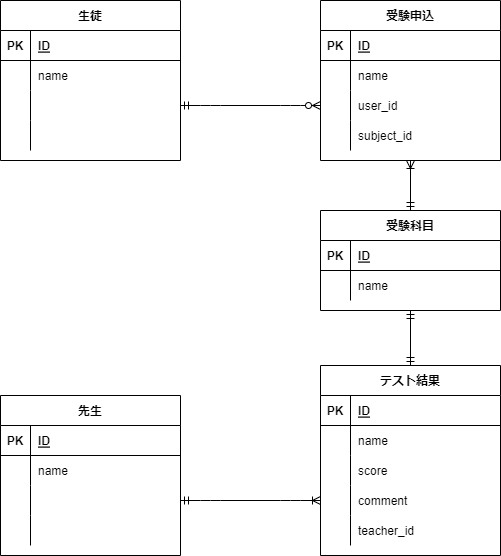
Earlier version of the draw.io export .drawio.png (kaoriii7/coachtech-ER). Source tidied: cells renumbered, new cells last; positions are measured from the earlier drawing's top-left corner, leaving out a move shared by most shapes.
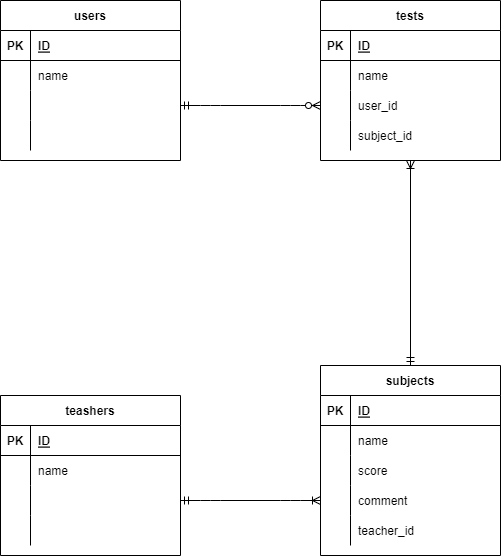
The same file after the commit.

What changed in the source:
```diff
@@ -2,7 +2,7 @@
   <root>
     <mxCell id="0" />
     <mxCell id="1" parent="0" />
-    <mxCell id="2" value="生徒" style="shape=table;startSize=30;rowLines=0;fontStyle=1;align=center;" parent="1" vertex="1">
+    <mxCell id="2" value="users" style="shape=table;startSize=30;rowLines=0;fontStyle=1;align=center;" parent="1" vertex="1">
       <mxGeometry width="180" height="160" as="geometry" />
     </mxCell>
     <mxCell id="3" style="shape=partialRectangle;fillColor=none;top=0;left=0;bottom=1;right=0;" parent="2" vertex="1">
@@ -41,7 +41,7 @@
     <mxCell id="14" style="shape=partialRectangle;fillColor=none;top=0;left=0;bottom=0;right=0;align=left;spacingLeft=6;overflow=hidden;" parent="12" vertex="1">
       <mxGeometry x="30" width="150" height="30" as="geometry" />
     </mxCell>
-    <mxCell id="15" value="テスト結果" style="shape=table;startSize=30;rowLines=0;fontStyle=1;align=center;" parent="1" vertex="1">
+    <mxCell id="15" value="subjects" style="shape=table;startSize=30;rowLines=0;fontStyle=1;align=center;" parent="1" vertex="1">
       <mxGeometry x="320" y="365" width="180" height="190" as="geometry" />
     </mxCell>
     <mxCell id="16" style="shape=partialRectangle;fillColor=none;top=0;left=0;bottom=1;right=0;" parent="15" vertex="1">
@@ -89,7 +89,7 @@
     <mxCell id="30" value="teacher_id" style="shape=partialRectangle;fillColor=none;top=0;left=0;bottom=0;right=0;align=left;spacingLeft=6;overflow=hidden;" parent="28" vertex="1">
       <mxGeometry x="30" width="150" height="30" as="geometry" />
     </mxCell>
-    <mxCell id="31" value="先生" style="shape=table;startSize=30;rowLines=0;fontStyle=1;align=center;" parent="1" vertex="1">
+    <mxCell id="31" value="teashers" style="shape=table;startSize=30;rowLines=0;fontStyle=1;align=center;" parent="1" vertex="1">
       <mxGeometry y="395" width="180" height="160" as="geometry" />
     </mxCell>
     <mxCell id="32" style="shape=partialRectangle;fillColor=none;top=0;left=0;bottom=1;right=0;" parent="31" vertex="1">
@@ -131,7 +131,7 @@
     <mxCell id="44" style="edgeStyle=entityRelationEdgeStyle;fontSize=12;html=1;endArrow=ERoneToMany;startArrow=ERmandOne;entryX=0;entryY=0.5;entryDx=0;entryDy=0;exitX=1;exitY=0.5;exitDx=0;exitDy=0;" parent="1" edge="1" source="38" target="25">
       <mxGeometry relative="1" as="geometry" />
     </mxCell>
-    <mxCell id="45" value="受験申込" style="shape=table;startSize=30;rowLines=0;fontStyle=1;align=center;" parent="1" vertex="1">
+    <mxCell id="45" value="tests" style="shape=table;startSize=30;rowLines=0;fontStyle=1;align=center;" parent="1" vertex="1">
       <mxGeometry x="320" width="180" height="160" as="geometry" />
     </mxCell>
     <mxCell id="46" style="shape=partialRectangle;fillColor=none;top=0;left=0;bottom=1;right=0;" parent="45" vertex="1">
@@ -173,32 +173,8 @@
     <mxCell id="58" style="edgeStyle=entityRelationEdgeStyle;fontSize=12;html=1;endArrow=ERzeroToMany;startArrow=ERmandOne;exitX=1;exitY=0.5;exitDx=0;exitDy=0;entryX=0;entryY=0.5;entryDx=0;entryDy=0;" parent="1" edge="1" source="9" target="52">
       <mxGeometry relative="1" as="geometry" />
     </mxCell>
-    <mxCell id="59" style="fontSize=12;html=1;endArrow=ERoneToMany;startArrow=ERmandOne;exitX=0.5;exitY=0;exitDx=0;exitDy=0;entryX=0.5;entryY=1;entryDx=0;entryDy=0;" parent="1" edge="1" source="60" target="45">
+    <mxCell id="59" style="fontSize=12;html=1;endArrow=ERoneToMany;startArrow=ERmandOne;exitX=0.5;exitY=0;exitDx=0;exitDy=0;entryX=0.5;entryY=1;entryDx=0;entryDy=0;" parent="1" edge="1" source="15" target="45">
       <mxGeometry relative="1" as="geometry" />
     </mxCell>
-    <mxCell id="60" value="受験科目" style="shape=table;startSize=30;rowLines=0;fontStyle=1;align=center;" parent="1" vertex="1">
-      <mxGeometry x="320" y="210" width="180" height="100" as="geometry" />
-    </mxCell>
-    <mxCell id="61" style="shape=partialRectangle;fillColor=none;top=0;left=0;bottom=1;right=0;" parent="60" vertex="1">
-      <mxGeometry y="30" width="180" height="30" as="geometry" />
-    </mxCell>
-    <mxCell id="62" value="PK" style="shape=partialRectangle;fillColor=none;top=0;left=0;bottom=0;right=0;fontStyle=1;overflow=hidden;" parent="61" vertex="1">
-      <mxGeometry width="30" height="30" as="geometry" />
-    </mxCell>
-    <mxCell id="63" value="ID" style="shape=partialRectangle;fillColor=none;top=0;left=0;bottom=0;right=0;align=left;spacingLeft=6;fontStyle=5;overflow=hidden;" parent="61" vertex="1">
-      <mxGeometry x="30" width="150" height="30" as="geometry" />
-    </mxCell>
-    <mxCell id="64" style="shape=partialRectangle;fillColor=none;top=0;left=0;bottom=0;right=0;" parent="60" vertex="1">
-      <mxGeometry y="60" width="180" height="30" as="geometry" />
-    </mxCell>
-    <mxCell id="65" style="shape=partialRectangle;fillColor=none;top=0;left=0;bottom=0;right=0;overflow=hidden;" parent="64" vertex="1">
-      <mxGeometry width="30" height="30" as="geometry" />
-    </mxCell>
-    <mxCell id="66" value="name" style="shape=partialRectangle;fillColor=none;top=0;left=0;bottom=0;right=0;align=left;spacingLeft=6;overflow=hidden;" parent="64" vertex="1">
-      <mxGeometry x="30" width="150" height="30" as="geometry" />
-    </mxCell>
-    <mxCell id="67" style="fontSize=12;html=1;endArrow=ERmandOne;startArrow=ERmandOne;entryX=0.5;entryY=1;entryDx=0;entryDy=0;exitX=0.5;exitY=0;exitDx=0;exitDy=0;" parent="1" edge="1" source="15" target="60">
-      <mxGeometry relative="1" as="geometry" />
-    </mxCell>
   </root>
 </mxGraphModel>
```
